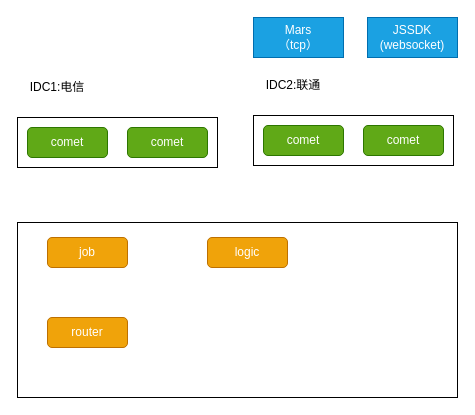
Above: arch/goim/goim.drawio in zhangchuhu/drawio (draw.io), before the change. Source tidied: cells renumbered, new cells numbered last; positions are measured from the earlier drawing's top-left corner, leaving out a move shared by most shapes. Both pictures are drawn from the tidied source at 100%, with x=0, y=0 at pixel (17, 17).
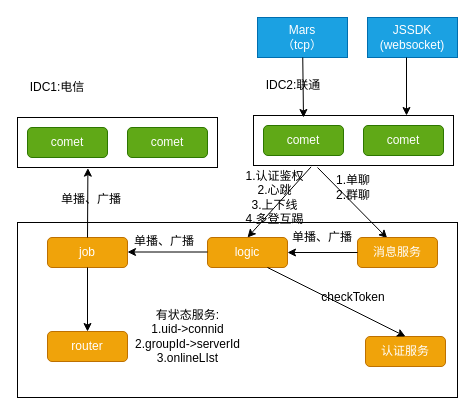
The same diagram, later.

The change refers to these unchanged cells:
```xml
<mxCell id="3" style="rounded=0;whiteSpace=wrap;html=1;" parent="1" vertex="1">
  <mxGeometry y="100" width="200" height="50" as="geometry" />
</mxCell>
<mxCell id="9" style="rounded=0;whiteSpace=wrap;html=1;" parent="1" vertex="1">
  <mxGeometry x="236" y="98" width="200" height="50" as="geometry" />
</mxCell>
<mxCell id="13" value="logic" style="rounded=1;whiteSpace=wrap;html=1;fillColor=#f0a30a;strokeColor=#BD7000;fontColor=#ffffff;" parent="1" vertex="1">
  <mxGeometry x="190" y="220" width="80" height="30" as="geometry" />
</mxCell>
<mxCell id="15" value="job" style="rounded=1;whiteSpace=wrap;html=1;fillColor=#f0a30a;strokeColor=#BD7000;fontColor=#ffffff;" parent="1" vertex="1">
  <mxGeometry x="30" y="220" width="80" height="30" as="geometry" />
</mxCell>
```

Change to the diagram source:
```diff
@@
     <mxCell id="4" value="Mars&lt;br&gt;（tcp）" style="rounded=0;whiteSpace=wrap;html=1;fillColor=#1ba1e2;strokeColor=#006EAF;fontColor=#ffffff;" parent="1" vertex="1">
-      <mxGeometry x="236" width="90" height="40" as="geometry" />
+      <mxGeometry x="240" width="90" height="40" as="geometry" />
     </mxCell>
@@
     <mxCell id="14" value="router" style="rounded=1;whiteSpace=wrap;html=1;fillColor=#f0a30a;strokeColor=#BD7000;fontColor=#ffffff;" parent="1" vertex="1">
-      <mxGeometry x="30" y="300" width="80" height="30" as="geometry" />
+      <mxGeometry x="30" y="314" width="80" height="30" as="geometry" />
     </mxCell>
@@
+    <mxCell id="16" style="endArrow=classic;html=1;entryX=0.5;entryY=0;entryDx=0;entryDy=0;exitX=0.288;exitY=1.027;exitDx=0;exitDy=0;exitPerimeter=0;" parent="1" edge="1" source="9" target="13">
+      <mxGeometry relative="1" as="geometry" />
+    </mxCell>
+    <mxCell id="17" style="endArrow=classic;html=1;entryX=0.371;entryY=0.022;entryDx=0;entryDy=0;entryPerimeter=0;" parent="1" edge="1" target="19">
+      <mxGeometry relative="1" as="geometry">
+        <mxPoint x="300" y="150" as="sourcePoint" />
+      </mxGeometry>
+    </mxCell>
+    <mxCell id="18" value="1.认证鉴权&lt;br&gt;2.心跳&lt;br&gt;3.上下线&lt;br&gt;4.多登互踢" style="text;html=1;strokeColor=none;fillColor=none;align=center;verticalAlign=middle;whiteSpace=wrap;rounded=0;" parent="1" vertex="1">
+      <mxGeometry x="189" y="170" width="137" height="20" as="geometry" />
+    </mxCell>
+    <mxCell id="19" value="消息服务" style="rounded=1;whiteSpace=wrap;html=1;fillColor=#f0a30a;strokeColor=#BD7000;fontColor=#ffffff;" parent="1" vertex="1">
+      <mxGeometry x="340" y="220" width="80" height="30" as="geometry" />
+    </mxCell>
+    <mxCell id="20" value="1.单聊&lt;br&gt;2.群聊" style="text;html=1;strokeColor=none;fillColor=none;align=center;verticalAlign=middle;whiteSpace=wrap;rounded=0;" parent="1" vertex="1">
+      <mxGeometry x="316" y="160" width="40" height="20" as="geometry" />
+    </mxCell>
+    <mxCell id="21" style="endArrow=classic;html=1;exitX=0;exitY=0.5;exitDx=0;exitDy=0;entryX=1;entryY=0.5;entryDx=0;entryDy=0;" parent="1" edge="1" source="19" target="13">
+      <mxGeometry relative="1" as="geometry" />
+    </mxCell>
+    <mxCell id="22" style="endArrow=classic;html=1;exitX=0;exitY=0.75;exitDx=0;exitDy=0;entryX=1;entryY=0.75;entryDx=0;entryDy=0;" parent="1" edge="1">
+      <mxGeometry relative="1" as="geometry">
+        <mxPoint x="190" y="234.5" as="sourcePoint" />
+        <mxPoint x="110" y="234.5" as="targetPoint" />
+      </mxGeometry>
+    </mxCell>
+    <mxCell id="23" value="单播、广播" style="text;html=1;strokeColor=none;fillColor=none;align=center;verticalAlign=middle;whiteSpace=wrap;rounded=0;" parent="1" vertex="1">
+      <mxGeometry x="270" y="210" width="70" height="20" as="geometry" />
+    </mxCell>
+    <mxCell id="24" value="单播、广播" style="text;html=1;strokeColor=none;fillColor=none;align=center;verticalAlign=middle;whiteSpace=wrap;rounded=0;" parent="1" vertex="1">
+      <mxGeometry x="112" y="214" width="70" height="20" as="geometry" />
+    </mxCell>
+    <mxCell id="25" style="endArrow=classic;html=1;exitX=0.5;exitY=0;exitDx=0;exitDy=0;entryX=0.352;entryY=1.013;entryDx=0;entryDy=0;entryPerimeter=0;" parent="1" edge="1" source="15" target="3">
+      <mxGeometry relative="1" as="geometry" />
+    </mxCell>
+    <mxCell id="26" value="单播、广播" style="text;html=1;strokeColor=none;fillColor=none;align=center;verticalAlign=middle;whiteSpace=wrap;rounded=0;" parent="1" vertex="1">
+      <mxGeometry x="39" y="172" width="70" height="20" as="geometry" />
+    </mxCell>
+    <mxCell id="27" style="endArrow=classic;html=1;exitX=0.5;exitY=1;exitDx=0;exitDy=0;" parent="1" edge="1" source="15" target="14">
+      <mxGeometry relative="1" as="geometry" />
+    </mxCell>
+    <mxCell id="28" value="认证服务" style="rounded=1;whiteSpace=wrap;html=1;fillColor=#f0a30a;strokeColor=#BD7000;fontColor=#ffffff;" parent="1" vertex="1">
+      <mxGeometry x="348" y="319" width="80" height="30" as="geometry" />
+    </mxCell>
+    <mxCell id="29" style="endArrow=classic;html=1;entryX=0.5;entryY=0;entryDx=0;entryDy=0;exitX=0.75;exitY=1;exitDx=0;exitDy=0;" parent="1" edge="1" source="13" target="28">
+      <mxGeometry relative="1" as="geometry" />
+    </mxCell>
+    <mxCell id="30" value="checkToken" style="text;html=1;strokeColor=none;fillColor=none;align=center;verticalAlign=middle;whiteSpace=wrap;rounded=0;" parent="1" vertex="1">
+      <mxGeometry x="316" y="270" width="40" height="20" as="geometry" />
+    </mxCell>
+    <mxCell id="31" value="有状态服务:&lt;br&gt;1.uid-&amp;gt;connid&lt;br&gt;2.groupId-&amp;gt;serverId&lt;br&gt;3.onlineLIst" style="text;html=1;strokeColor=none;fillColor=none;align=center;verticalAlign=middle;whiteSpace=wrap;rounded=0;" parent="1" vertex="1">
+      <mxGeometry x="109" y="294" width="123" height="50" as="geometry" />
+    </mxCell>
+    <mxCell id="32" style="endArrow=classic;html=1;" parent="1" edge="1" source="4">
+      <mxGeometry relative="1" as="geometry">
+        <mxPoint x="286" y="100" as="targetPoint" />
+      </mxGeometry>
+    </mxCell>
+    <mxCell id="33" style="endArrow=classic;html=1;entryX=0.75;entryY=0;entryDx=0;entryDy=0;" parent="1" edge="1">
+      <mxGeometry relative="1" as="geometry">
+        <mxPoint x="389" y="40" as="sourcePoint" />
+        <mxPoint x="389" y="98" as="targetPoint" />
+      </mxGeometry>
+    </mxCell>
```
